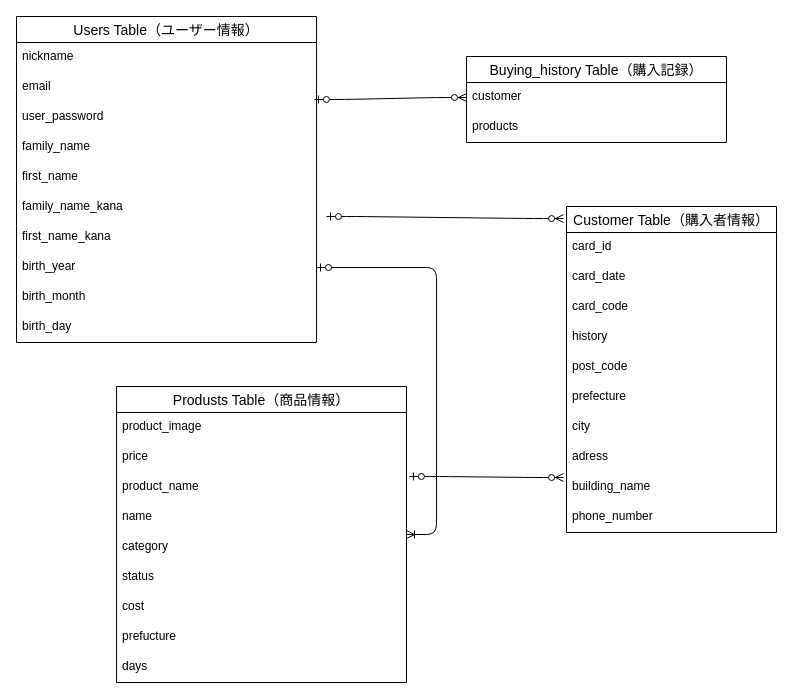
This is db.dio from ran-hrsw/furima-40243, a draw.io file, before an edit. Source tidied: cells renumbered, new cells numbered last; positions are measured from the earlier drawing's top-left corner, leaving out a move shared by most shapes. Both pictures are drawn from the tidied source at 100%, with x=0, y=0 at pixel (16, 16).
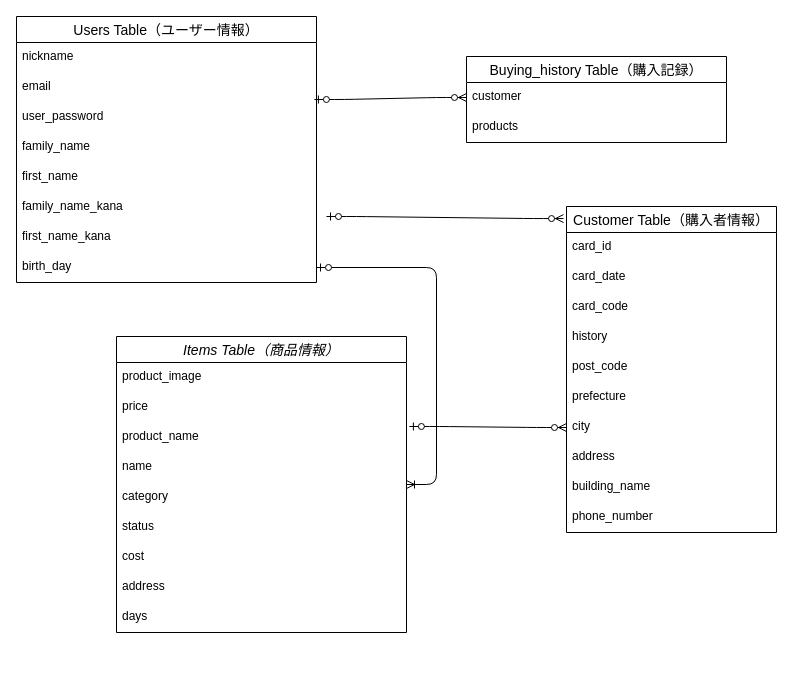
Above is the later version.

The change refers to these unchanged cells:
```xml
<mxCell id="5" value="product_name" style="text;strokeColor=none;fillColor=none;spacingLeft=4;spacingRight=4;overflow=hidden;points=[[0,0.5],[1,0.5]];portConstraint=eastwest;fontSize=12;" parent="2" vertex="1">
  <mxGeometry y="86" width="290" height="30" as="geometry" />
</mxCell>
<mxCell id="15" value="Customer Table（購入者情報）" style="swimlane;fontStyle=0;horizontal=1;startSize=26;align=center;fontSize=14;" parent="1" vertex="1">
  <mxGeometry x="550" y="190" width="210" height="326" as="geometry" />
</mxCell>
<mxCell id="22" value="city" style="text;strokeColor=none;fillColor=none;spacingLeft=4;spacingRight=4;overflow=hidden;points=[[0,0.5],[1,0.5]];portConstraint=eastwest;fontSize=12;" parent="15" vertex="1">
  <mxGeometry y="206" width="210" height="30" as="geometry" />
</mxCell>
<mxCell id="24" value="building_name" style="text;strokeColor=none;fillColor=none;spacingLeft=4;spacingRight=4;overflow=hidden;points=[[0,0.5],[1,0.5]];portConstraint=eastwest;fontSize=12;" parent="15" vertex="1">
  <mxGeometry y="266" width="210" height="30" as="geometry" />
</mxCell>
```

Diff of the diagram source:
```diff
@@
-    <mxCell id="2" value="Produsts Table（商品情報）" style="swimlane;fontStyle=0;horizontal=1;startSize=26;align=center;fontSize=14;" parent="1" vertex="1">
-      <mxGeometry x="100" y="370" width="290" height="296" as="geometry" />
+    <mxCell id="2" value="Items Table（商品情報）" style="swimlane;fontStyle=2;horizontal=1;startSize=26;align=center;fontSize=14;" parent="1" vertex="1">
+      <mxGeometry x="100" y="320" width="290" height="296" as="geometry" />
     </mxCell>
@@
-    <mxCell id="10" value="prefucture" style="text;strokeColor=none;fillColor=none;spacingLeft=4;spacingRight=4;overflow=hidden;fontSize=12;" parent="2" vertex="1">
+    <mxCell id="10" value="address" style="text;strokeColor=none;fillColor=none;spacingLeft=4;spacingRight=4;overflow=hidden;fontSize=12;" parent="2" vertex="1">
       <mxGeometry y="236" width="290" height="30" as="geometry" />
     </mxCell>
@@
-    <mxCell id="23" value="adress" style="text;strokeColor=none;fillColor=none;spacingLeft=4;spacingRight=4;overflow=hidden;fontSize=12;" parent="15" vertex="1">
+    <mxCell id="23" value="address" style="text;strokeColor=none;fillColor=none;spacingLeft=4;spacingRight=4;overflow=hidden;fontSize=12;" parent="15" vertex="1">
       <mxGeometry y="236" width="210" height="30" as="geometry" />
     </mxCell>
@@
     <mxCell id="26" value="Users Table（ユーザー情報）" style="swimlane;fontStyle=0;horizontal=1;startSize=26;align=center;fontSize=14;" parent="1" vertex="1">
-      <mxGeometry width="300" height="326" as="geometry" />
+      <mxGeometry width="300" height="266" as="geometry" />
     </mxCell>
@@
-    <mxCell id="34" value="birth_year" style="text;strokeColor=none;fillColor=none;spacingLeft=4;spacingRight=4;overflow=hidden;points=[[0,0.5],[1,0.5]];portConstraint=eastwest;fontSize=12;" parent="26" vertex="1">
-      <mxGeometry y="236" width="300" height="30" as="geometry" />
-    </mxCell>
-    <mxCell id="35" value="birth_month" style="text;strokeColor=none;fillColor=none;spacingLeft=4;spacingRight=4;overflow=hidden;fontSize=12;" parent="26" vertex="1">
-      <mxGeometry y="266" width="300" height="30" as="geometry" />
-    </mxCell>
     <mxCell id="36" value="birth_day" style="text;strokeColor=none;fillColor=none;spacingLeft=4;spacingRight=4;overflow=hidden;fontSize=12;" parent="26" vertex="1">
-      <mxGeometry y="296" width="300" height="30" as="geometry" />
+      <mxGeometry y="236" width="300" height="30" as="geometry" />
     </mxCell>
@@
-    <mxCell id="39" style="edgeStyle=entityRelationEdgeStyle;fontSize=12;html=1;endArrow=ERzeroToMany;startArrow=ERzeroToOne;exitX=1.01;exitY=0.133;exitDx=0;exitDy=0;exitPerimeter=0;entryX=-0.014;entryY=0.167;entryDx=0;entryDy=0;entryPerimeter=0;" parent="1" edge="1" source="5" target="24">
+    <mxCell id="39" style="edgeStyle=entityRelationEdgeStyle;fontSize=12;html=1;endArrow=ERzeroToMany;startArrow=ERzeroToOne;exitX=1.01;exitY=0.133;exitDx=0;exitDy=0;exitPerimeter=0;entryX=0;entryY=0.5;entryDx=0;entryDy=0;" parent="1" edge="1" source="5" target="22">
       <mxGeometry relative="1" as="geometry" />
     </mxCell>
-    <mxCell id="40" style="edgeStyle=entityRelationEdgeStyle;fontSize=12;html=1;endArrow=ERoneToMany;startArrow=ERzeroToOne;exitX=1;exitY=0.5;exitDx=0;exitDy=0;" parent="1" edge="1" source="34" target="2">
-      <mxGeometry relative="1" as="geometry" />
+    <mxCell id="40" style="edgeStyle=entityRelationEdgeStyle;fontSize=12;html=1;endArrow=ERoneToMany;startArrow=ERzeroToOne;exitX=1;exitY=0.5;exitDx=0;exitDy=0;" parent="1" edge="1" target="2">
+      <mxGeometry relative="1" as="geometry">
+        <mxPoint x="300" y="251" as="sourcePoint" />
+      </mxGeometry>
     </mxCell>
```
